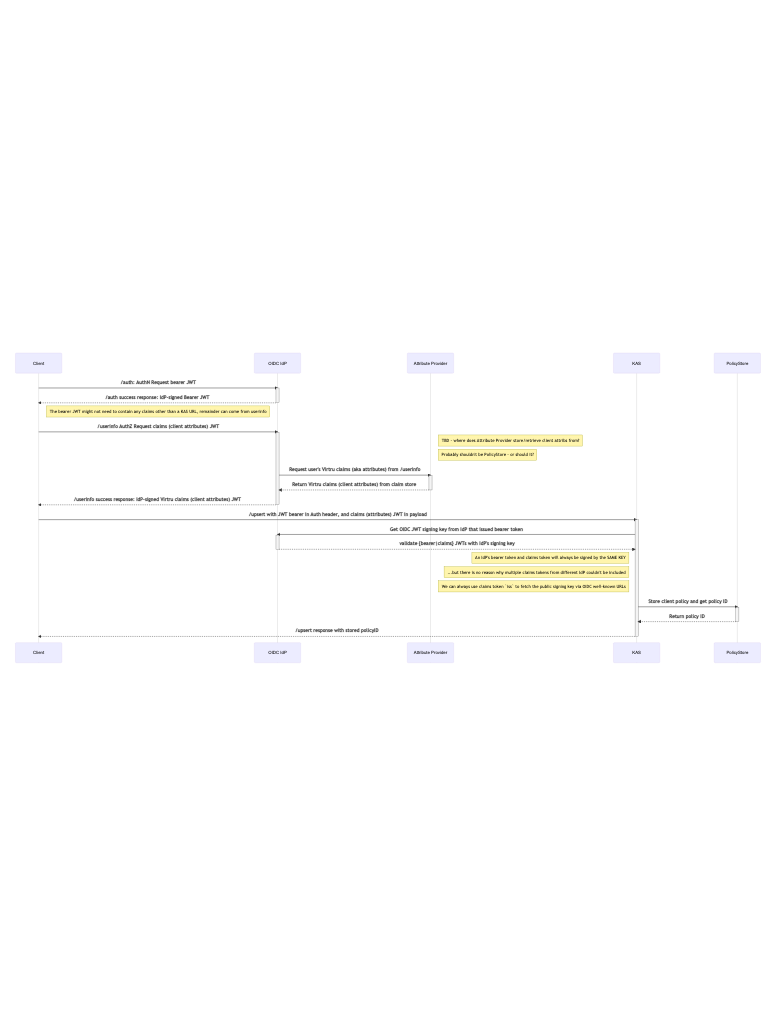
Earlier version of the Mermaid export diagrams/oidc-online-upsert.png (opentdf/spec). Its source is kept beside it as diagrams/oidc-online-upsert.mmd.
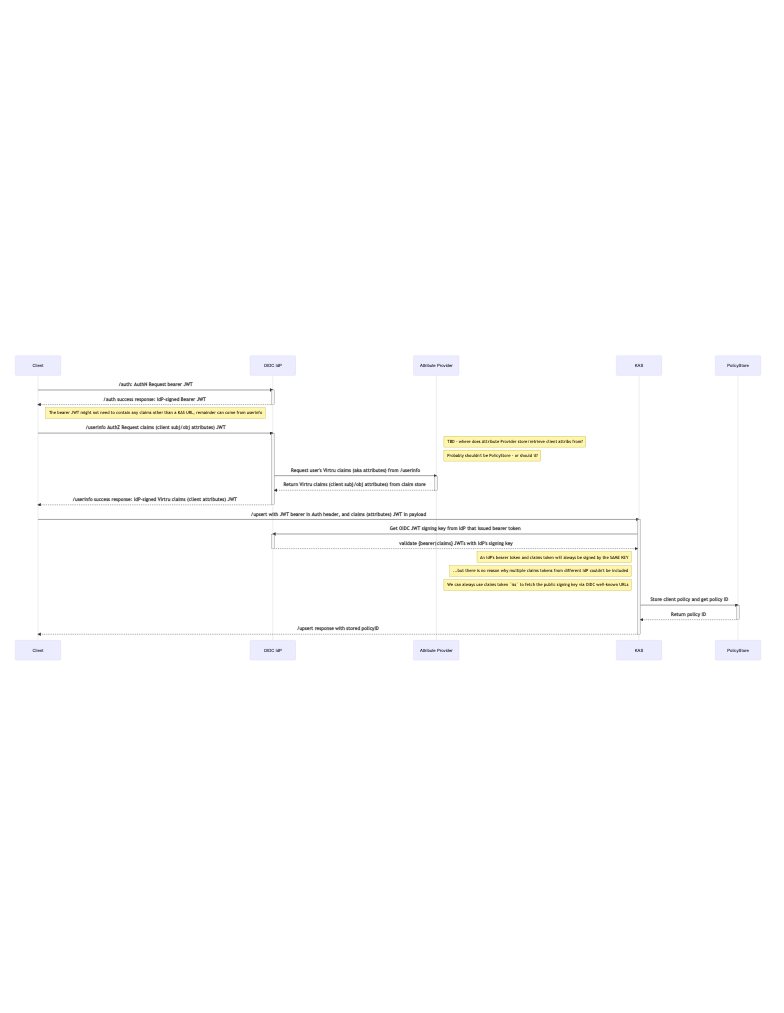
After the change.

Change to the diagram source:
```diff
@@ -12,12 +12,12 @@
         IdP-->>-Client: /auth success response: IdP-signed Bearer JWT
         Note right of Client: The bearer JWT might not need to contain any claims other than a KAS URL, remainder can come from userinfo
 
-        Client->>+IdP: /userinfo AuthZ Request claims (client attributes) JWT
+        Client->>+IdP: /userinfo AuthZ Request claims (client subj/obj attributes) JWT
         Note right of Attribute Provider: TBD - where does Attribute Provider store/retrieve client attribs from?
         Note right of Attribute Provider: Probably shouldn't be PolicyStore - or should it?
         IdP->>+Attribute Provider: Request user's Virtru claims (aka attributes) from /userinfo
 
-        Attribute Provider-->>-IdP: Return Virtru claims (client attributes) from claim store
+        Attribute Provider-->>-IdP: Return Virtru claims (client subj/obj attributes) from claim store
         IdP-->>-Client: /userinfo success response: IdP-signed Virtru claims (client attributes) JWT
 
         Client->>+KAS: /upsert with JWT bearer in Auth header, and claims (attributes) JWT in payload
```
